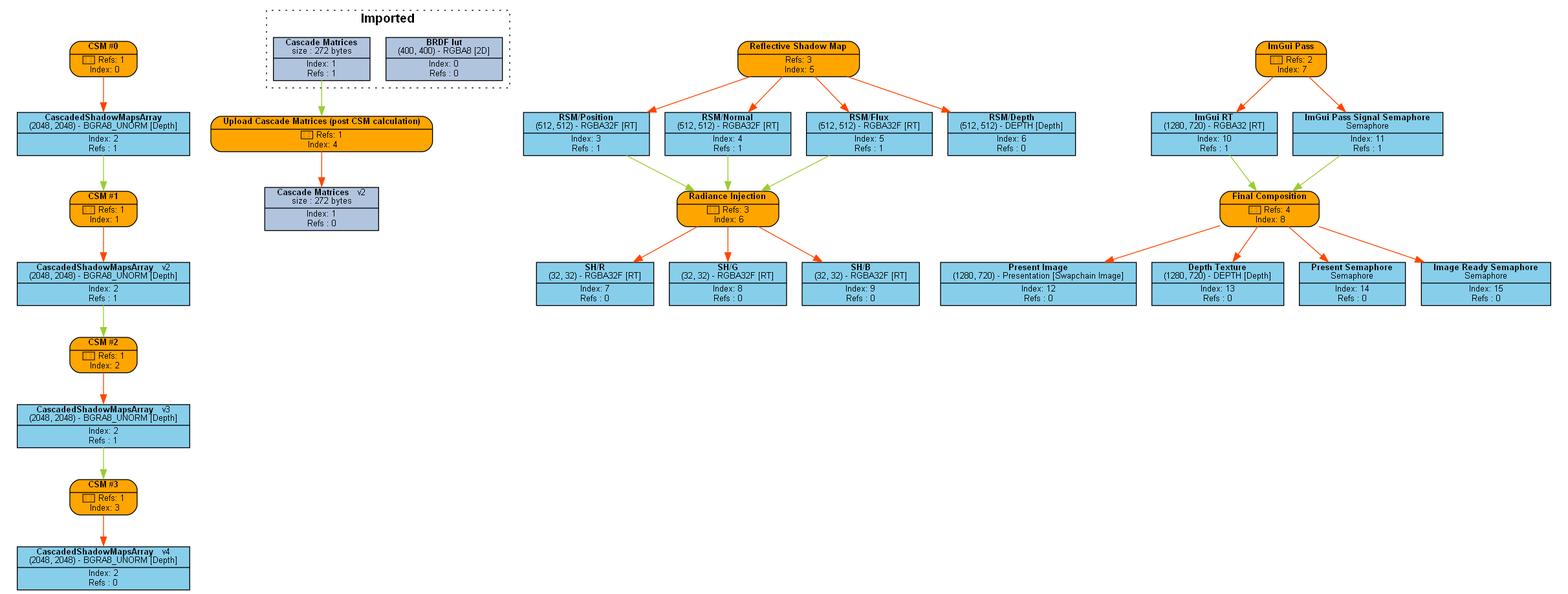
Above: Engine/content/FrameGraphs/PNG/frame_graph_test.png in Pikachuxxxx/Razix (Graphviz), before the change. Its source is kept beside it as Engine/content/FrameGraphs/frame_graph_test.dot.
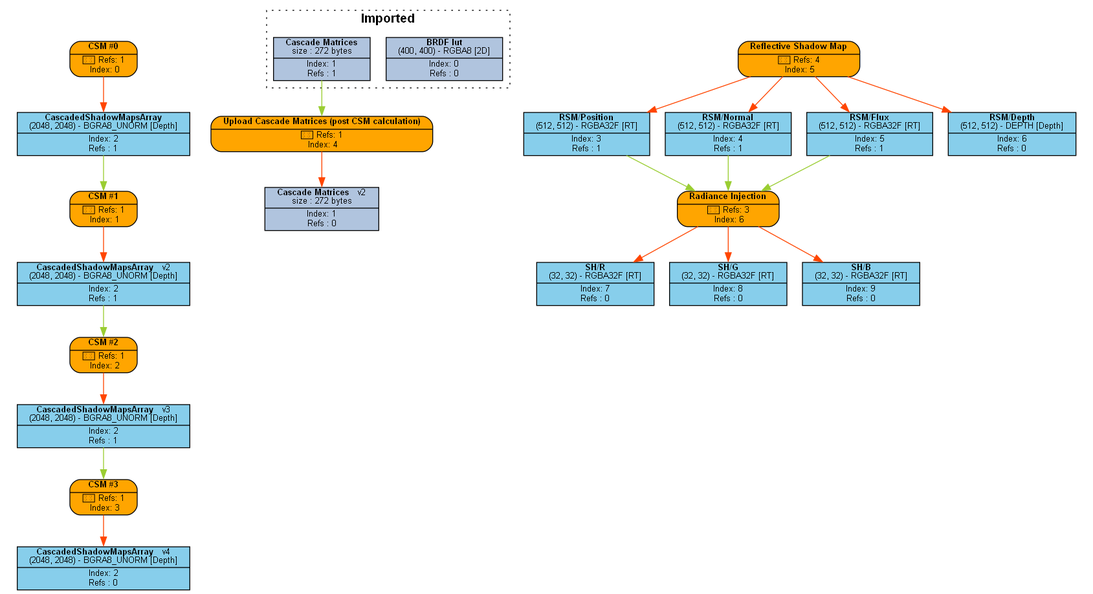
Later version of the same file.

Change to the diagram source:
```diff
@@ -7,67 +7,65 @@
 P2 [label=<{ {<B>CSM #2</B>} | {&#x2605; Refs: 1<BR/> Index: 2} }> style="rounded,filled", fillcolor=orange]
 P3 [label=<{ {<B>CSM #3</B>} | {&#x2605; Refs: 1<BR/> Index: 3} }> style="rounded,filled", fillcolor=orange]
 P4 [label=<{ {<B>Upload Cascade Matrices (post CSM calculation)</B>} | {&#x2605; Refs: 1<BR/> Index: 4} }> style="rounded,filled", fillcolor=orange]
-P5 [label=<{ {<B>Reflective Shadow Map</B>} | {Refs: 4<BR/> Index: 5} }> style="rounded,filled", fillcolor=orange]
-P6 [label=<{ {<B>Radiance Injection</B>} | {Refs: 1<BR/> Index: 6} }> style="rounded,filled", fillcolor=orange]
-P7 [label=<{ {<B>ImGui Pass</B>} | {Refs: 2<BR/> Index: 7} }> style="rounded,filled", fillcolor=orange]
+P5 [label=<{ {<B>Reflective Shadow Map</B>} | {&#x2605; Refs: 4<BR/> Index: 5} }> style="rounded,filled", fillcolor=orange]
+P6 [label=<{ {<B>Radiance Injection</B>} | {&#x2605; Refs: 3<BR/> Index: 6} }> style="rounded,filled", fillcolor=orange]
+P7 [label=<{ {<B>ImGui Pass</B>} | {&#x2605; Refs: 2<BR/> Index: 7} }> style="rounded,filled", fillcolor=orange]
 P8 [label=<{ {<B>Final Composition</B>} | {&#x2605; Refs: 4<BR/> Index: 8} }> style="rounded,filled", fillcolor=orange]
 
-R0_1 [label=<{ {<B>Cascade Matrices</B><BR/>size : 272 bytes} | {Index: 0<BR/>Refs : 1} }> style=filled, fillcolor=lightsteelblue]
-R1_1 [label=<{ {<B>CascadedShadowMapsArray</B><BR/>(2048, 2048) - BGRA8_UNORM [Depth]} | {Index: 1<BR/>Refs : 1} }> style=filled, fillcolor=skyblue]
-R1_2 [label=<{ {<B>CascadedShadowMapsArray</B>   <FONT>v2</FONT><BR/>(2048, 2048) - BGRA8_UNORM [Depth]} | {Index: 1<BR/>Refs : 1} }> style=filled, fillcolor=skyblue]
-R1_3 [label=<{ {<B>CascadedShadowMapsArray</B>   <FONT>v3</FONT><BR/>(2048, 2048) - BGRA8_UNORM [Depth]} | {Index: 1<BR/>Refs : 1} }> style=filled, fillcolor=skyblue]
-R1_4 [label=<{ {<B>CascadedShadowMapsArray</B>   <FONT>v4</FONT><BR/>(2048, 2048) - BGRA8_UNORM [Depth]} | {Index: 1<BR/>Refs : 0} }> style=filled, fillcolor=skyblue]
-R0_2 [label=<{ {<B>Cascade Matrices</B>   <FONT>v2</FONT><BR/>size : 272 bytes} | {Index: 0<BR/>Refs : 0} }> style=filled, fillcolor=lightsteelblue]
-R2_1 [label=<{ {<B>RSM/Position</B><BR/>(512, 512) - RGBA32F [RT]} | {Index: 2<BR/>Refs : 1} }> style=filled, fillcolor=skyblue]
-R3_1 [label=<{ {<B>RSM/Normal</B><BR/>(512, 512) - RGBA32F [RT]} | {Index: 3<BR/>Refs : 1} }> style=filled, fillcolor=skyblue]
-R4_1 [label=<{ {<B>RSM/Flux</B><BR/>(512, 512) - RGBA32F [RT]} | {Index: 4<BR/>Refs : 1} }> style=filled, fillcolor=skyblue]
-R5_1 [label=<{ {<B>RSM/Depth</B><BR/>(512, 512) - DEPTH [Depth]} | {Index: 5<BR/>Refs : 0} }> style=filled, fillcolor=skyblue]
-R6_1 [label=<{ {<B>RSM pass done</B><BR/>Semaphore} | {Index: 6<BR/>Refs : 1} }> style=filled, fillcolor=skyblue]
-R7_1 [label=<{ {<B>SH/R</B><BR/>(32, 32) - RGBA32F [RT]} | {Index: 7<BR/>Refs : 0} }> style=filled, fillcolor=skyblue]
-R8_1 [label=<{ {<B>SH/G</B><BR/>(32, 32) - RGBA32F [RT]} | {Index: 8<BR/>Refs : 0} }> style=filled, fillcolor=skyblue]
-R9_1 [label=<{ {<B>SH/B</B><BR/>(32, 32) - RGBA32F [RT]} | {Index: 9<BR/>Refs : 0} }> style=filled, fillcolor=skyblue]
-R10_1 [label=<{ {<B>Injection pass done</B><BR/>Semaphore} | {Index: 10<BR/>Refs : 1} }> style=filled, fillcolor=skyblue]
-R11_1 [label=<{ {<B>ImGui RT</B><BR/>(1280, 720) - RGBA32 [RT]} | {Index: 11<BR/>Refs : 1} }> style=filled, fillcolor=skyblue]
-R12_1 [label=<{ {<B>ImGui Pass Signal Semaphore</B><BR/>Semaphore} | {Index: 12<BR/>Refs : 1} }> style=filled, fillcolor=skyblue]
-R13_1 [label=<{ {<B>Present Image</B><BR/>(1280, 720) - Presentation [Swapchain Image]} | {Index: 13<BR/>Refs : 0} }> style=filled, fillcolor=skyblue]
-R14_1 [label=<{ {<B>Depth Texture</B><BR/>(1280, 720) - DEPTH [Depth]} | {Index: 14<BR/>Refs : 0} }> style=filled, fillcolor=skyblue]
-R15_1 [label=<{ {<B>Present Semaphore</B><BR/>Semaphore} | {Index: 15<BR/>Refs : 0} }> style=filled, fillcolor=skyblue]
-R16_1 [label=<{ {<B>Image Ready Semaphore</B><BR/>Semaphore} | {Index: 16<BR/>Refs : 0} }> style=filled, fillcolor=skyblue]
+R0_1 [label=<{ {<B>BRDF lut</B><BR/>(400, 400) - RGBA8 [2D]} | {Index: 0<BR/>Refs : 0} }> style=filled, fillcolor=lightsteelblue]
+R1_1 [label=<{ {<B>Cascade Matrices</B><BR/>size : 272 bytes} | {Index: 1<BR/>Refs : 1} }> style=filled, fillcolor=lightsteelblue]
+R2_1 [label=<{ {<B>CascadedShadowMapsArray</B><BR/>(2048, 2048, 4) - BGRA8_UNORM [Depth]} | {Index: 2<BR/>Refs : 1} }> style=filled, fillcolor=skyblue]
+R2_2 [label=<{ {<B>CascadedShadowMapsArray</B>   <FONT>v2</FONT><BR/>(2048, 2048, 4) - BGRA8_UNORM [Depth]} | {Index: 2<BR/>Refs : 1} }> style=filled, fillcolor=skyblue]
+R2_3 [label=<{ {<B>CascadedShadowMapsArray</B>   <FONT>v3</FONT><BR/>(2048, 2048, 4) - BGRA8_UNORM [Depth]} | {Index: 2<BR/>Refs : 1} }> style=filled, fillcolor=skyblue]
+R2_4 [label=<{ {<B>CascadedShadowMapsArray</B>   <FONT>v4</FONT><BR/>(2048, 2048, 4) - BGRA8_UNORM [Depth]} | {Index: 2<BR/>Refs : 0} }> style=filled, fillcolor=skyblue]
+R1_2 [label=<{ {<B>Cascade Matrices</B>   <FONT>v2</FONT><BR/>size : 272 bytes} | {Index: 1<BR/>Refs : 0} }> style=filled, fillcolor=lightsteelblue]
+R3_1 [label=<{ {<B>RSM/Position</B><BR/>(512, 512) - RGBA32F [RT]} | {Index: 3<BR/>Refs : 1} }> style=filled, fillcolor=skyblue]
+R4_1 [label=<{ {<B>RSM/Normal</B><BR/>(512, 512) - RGBA32F [RT]} | {Index: 4<BR/>Refs : 1} }> style=filled, fillcolor=skyblue]
+R5_1 [label=<{ {<B>RSM/Flux</B><BR/>(512, 512) - RGBA32F [RT]} | {Index: 5<BR/>Refs : 1} }> style=filled, fillcolor=skyblue]
+R6_1 [label=<{ {<B>RSM/Depth</B><BR/>(512, 512) - DEPTH [Depth]} | {Index: 6<BR/>Refs : 0} }> style=filled, fillcolor=skyblue]
+R7_1 [label=<{ {<B>SH/R</B><BR/>(32, 32, 32) - RGBA32F [RT]} | {Index: 7<BR/>Refs : 0} }> style=filled, fillcolor=skyblue]
+R8_1 [label=<{ {<B>SH/G</B><BR/>(32, 32, 32) - RGBA32F [RT]} | {Index: 8<BR/>Refs : 0} }> style=filled, fillcolor=skyblue]
+R9_1 [label=<{ {<B>SH/B</B><BR/>(32, 32, 32) - RGBA32F [RT]} | {Index: 9<BR/>Refs : 0} }> style=filled, fillcolor=skyblue]
+R10_1 [label=<{ {<B>ImGui RT</B><BR/>(1280, 720) - RGBA32 [RT]} | {Index: 10<BR/>Refs : 1} }> style=filled, fillcolor=skyblue]
+R11_1 [label=<{ {<B>ImGui Pass Signal Semaphore</B><BR/>Semaphore} | {Index: 11<BR/>Refs : 1} }> style=filled, fillcolor=skyblue]
+R12_1 [label=<{ {<B>Present Image</B><BR/>(1280, 720) - Presentation [Swapchain Image]} | {Index: 12<BR/>Refs : 0} }> style=filled, fillcolor=skyblue]
+R13_1 [label=<{ {<B>Depth Texture</B><BR/>(1280, 720) - DEPTH [Depth]} | {Index: 13<BR/>Refs : 0} }> style=filled, fillcolor=skyblue]
+R14_1 [label=<{ {<B>Present Semaphore</B><BR/>Semaphore} | {Index: 14<BR/>Refs : 0} }> style=filled, fillcolor=skyblue]
+R15_1 [label=<{ {<B>Image Ready Semaphore</B><BR/>Semaphore} | {Index: 15<BR/>Refs : 0} }> style=filled, fillcolor=skyblue]
 
-P0 -> { R1_1 } [color=orangered]
-P1 -> { R1_2 } [color=orangered]
-P2 -> { R1_3 } [color=orangered]
-P3 -> { R1_4 } [color=orangered]
-P4 -> { R0_2 } [color=orangered]
-P5 -> { R2_1 R3_1 R4_1 R5_1 R6_1 } [color=orangered]
-P6 -> { R7_1 R8_1 R9_1 R10_1 } [color=orangered]
-P7 -> { R11_1 R12_1 } [color=orangered]
-P8 -> { R13_1 R14_1 R15_1 R16_1 } [color=orangered]
+P0 -> { R2_1 } [color=orangered]
+P1 -> { R2_2 } [color=orangered]
+P2 -> { R2_3 } [color=orangered]
+P3 -> { R2_4 } [color=orangered]
+P4 -> { R1_2 } [color=orangered]
+P5 -> { R3_1 R4_1 R5_1 R6_1 } [color=orangered]
+P6 -> { R7_1 R8_1 R9_1 } [color=orangered]
+P7 -> { R10_1 R11_1 } [color=orangered]
+P8 -> { R12_1 R13_1 R14_1 R15_1 } [color=orangered]
 
-R0_1 -> { P4 } [color=olivedrab3]
-R1_1 -> { P1 } [color=olivedrab3]
-R1_2 -> { P2 } [color=olivedrab3]
-R1_3 -> { P3 } [color=olivedrab3]
-R1_4 -> { } [color=olivedrab3]
-R0_2 -> { } [color=olivedrab3]
-R2_1 -> { P6 } [color=olivedrab3]
+R0_1 -> { } [color=olivedrab3]
+R1_1 -> { P4 } [color=olivedrab3]
+R2_1 -> { P1 } [color=olivedrab3]
+R2_2 -> { P2 } [color=olivedrab3]
+R2_3 -> { P3 } [color=olivedrab3]
+R2_4 -> { } [color=olivedrab3]
+R1_2 -> { } [color=olivedrab3]
 R3_1 -> { P6 } [color=olivedrab3]
 R4_1 -> { P6 } [color=olivedrab3]
-R5_1 -> { } [color=olivedrab3]
-R6_1 -> { P6 } [color=olivedrab3]
+R5_1 -> { P6 } [color=olivedrab3]
+R6_1 -> { } [color=olivedrab3]
 R7_1 -> { } [color=olivedrab3]
 R8_1 -> { } [color=olivedrab3]
 R9_1 -> { } [color=olivedrab3]
-R10_1 -> { P7 } [color=olivedrab3]
+R10_1 -> { P8 } [color=olivedrab3]
 R11_1 -> { P8 } [color=olivedrab3]
-R12_1 -> { P8 } [color=olivedrab3]
+R12_1 -> { } [color=olivedrab3]
 R13_1 -> { } [color=olivedrab3]
 R14_1 -> { } [color=olivedrab3]
 R15_1 -> { } [color=olivedrab3]
-R16_1 -> { } [color=olivedrab3]
 
 subgraph cluster_0 {
-P0 R1_1
+P0 R2_1
 }
 subgraph cluster_1 {
 P1
@@ -82,21 +80,21 @@
 P4
 }
 subgraph cluster_5 {
-P5 R2_1 R3_1 R4_1 R5_1 R6_1
+P5 R3_1 R4_1 R5_1 R6_1
 }
 subgraph cluster_6 {
-P6 R7_1 R8_1 R9_1 R10_1
+P6 R7_1 R8_1 R9_1
 }
 subgraph cluster_7 {
-P7 R11_1 R12_1
+P7 R10_1 R11_1
 }
 subgraph cluster_8 {
-P8 R13_1 R14_1 R15_1 R16_1
+P8 R12_1 R13_1 R14_1 R15_1
 }
 
 subgraph cluster_imported_resources {
 graph [style=dotted, fontname="helvetica", label=< <B>Imported</B> >]
-R0_1
+R0_1 R1_1
 }
 
 }
```
